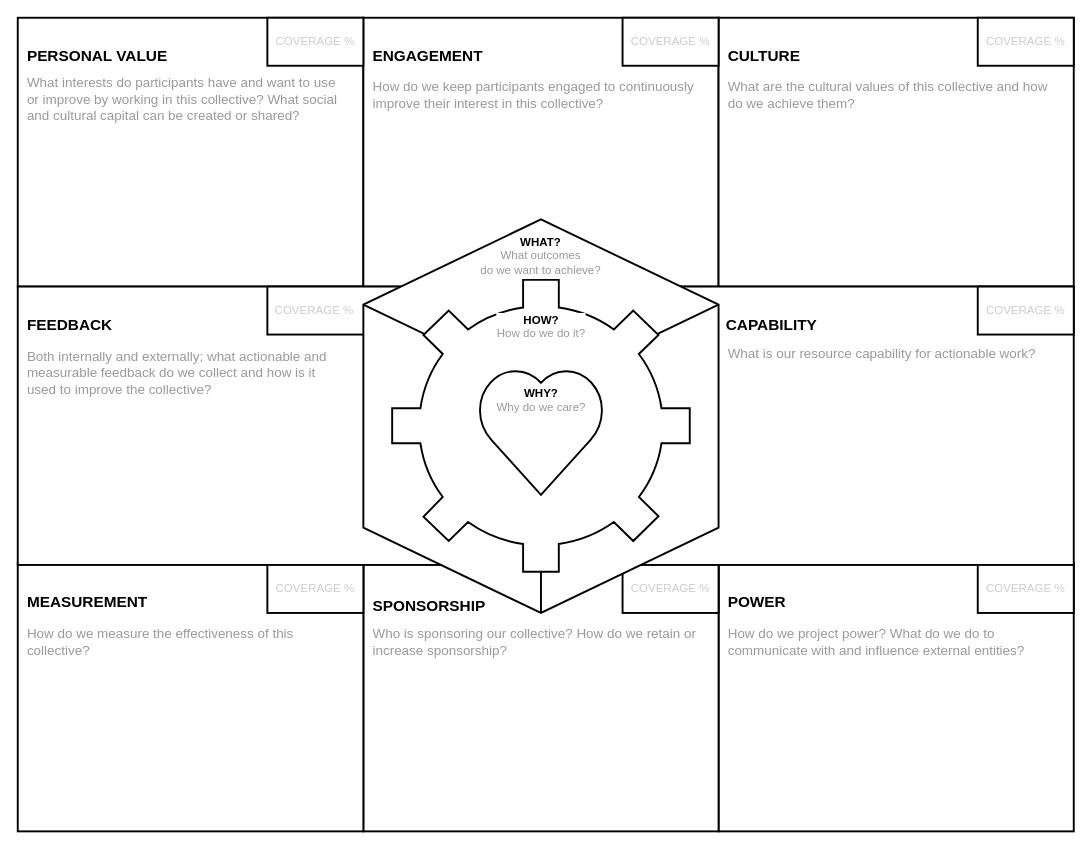
rquast/collective-action-canvas keeps this draw.io diagram as collective-action-canvas.drawio. Above is the earlier version. Source tidied: cells renumbered, new cells numbered last; positions are measured from the earlier drawing's top-left corner, leaving out a move shared by most shapes. Both pictures are drawn from the tidied source at 96%, with x=0, y=0 at pixel (17, 17).
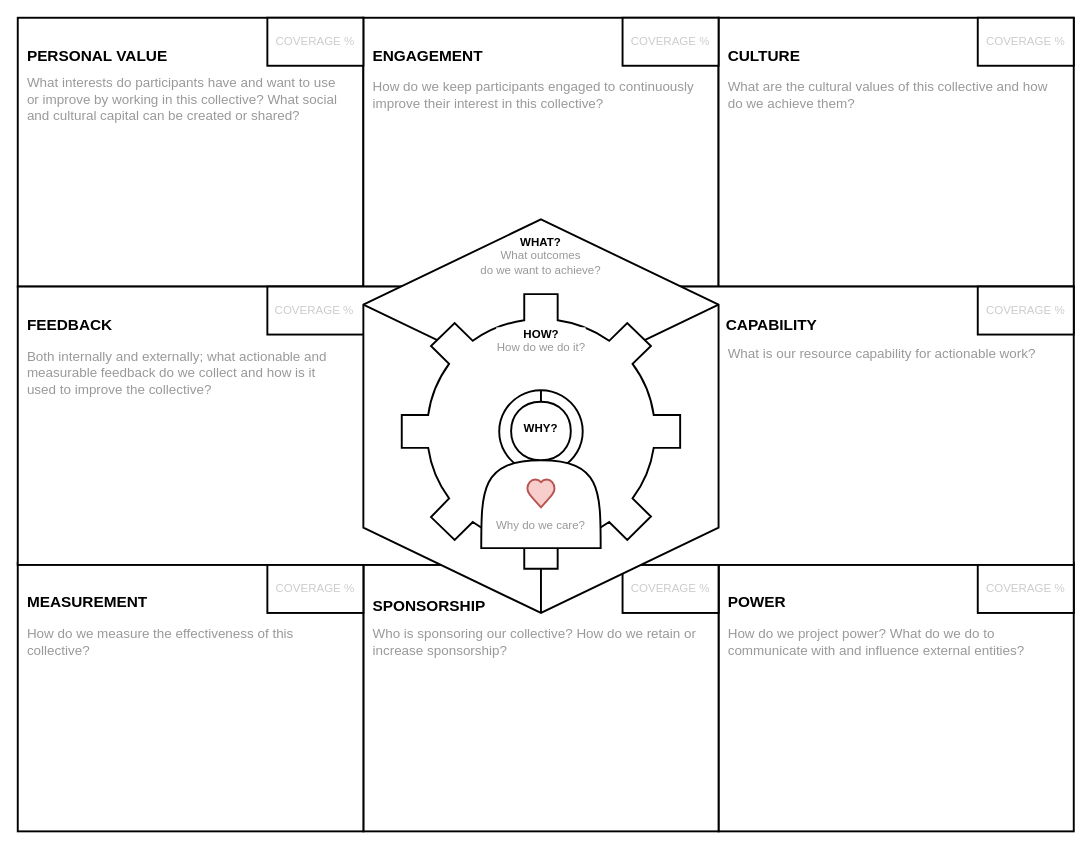
The same diagram, later.

Commit message:
changed why to a person

Change to the diagram source:
```diff
@@
     <mxCell id="19" value="&lt;b style=&quot;color: rgb(0 , 0 , 0)&quot;&gt;HOW?&lt;/b&gt;&lt;br&gt;&lt;font color=&quot;#999999&quot;&gt;How do we do it?&lt;/font&gt;" style="html=1;verticalLabelPosition=middle;align=center;labelBackgroundColor=#ffffff;verticalAlign=top;strokeWidth=2;strokeColor=#000000;shadow=0;dashed=0;shape=mxgraph.ios7.icons.settings;fontColor=#CCCCCC;labelPosition=center;spacingTop=28;" parent="1" vertex="1">
-      <mxGeometry x="390" y="273" width="310" height="304" as="geometry" />
+      <mxGeometry x="400" y="287.9" width="290" height="286" as="geometry" />
     </mxCell>
-    <mxCell id="20" value="&lt;b&gt;WHY?&lt;/b&gt;&lt;br&gt;&lt;font color=&quot;#999999&quot;&gt;Why do we care?&lt;br&gt;&lt;/font&gt;" style="verticalLabelPosition=middle;verticalAlign=top;html=1;shape=mxgraph.basic.heart;fontSize=12;align=center;labelPosition=center;spacingTop=14;fillColor=#ffffff;strokeWidth=2;" parent="1" vertex="1">
-      <mxGeometry x="477.5" y="364.1" width="135" height="132.9" as="geometry" />
-    </mxCell>
@@
+    <mxCell id="20" value="&lt;b&gt;WHY?&lt;/b&gt;&lt;br&gt;&lt;font color=&quot;#999999&quot;&gt;&lt;br&gt;&lt;br&gt;&lt;br&gt;&lt;br&gt;&lt;br&gt;&lt;br&gt;Why do we care?&lt;/font&gt;" style="shape=actor;whiteSpace=wrap;html=1;strokeWidth=2;verticalAlign=top;spacingTop=14;" parent="1" vertex="1">
+      <mxGeometry x="482.8" y="400" width="124.4" height="152.5" as="geometry" />
+    </mxCell>
+    <mxCell id="29" style="verticalLabelPosition=bottom;verticalAlign=top;html=1;shape=mxgraph.basic.heart;strokeWidth=2;fillColor=#f8cecc;strokeColor=#b85450;" parent="1" vertex="1">
+      <mxGeometry x="530" y="480" width="30" height="30" as="geometry" />
+    </mxCell>
```
